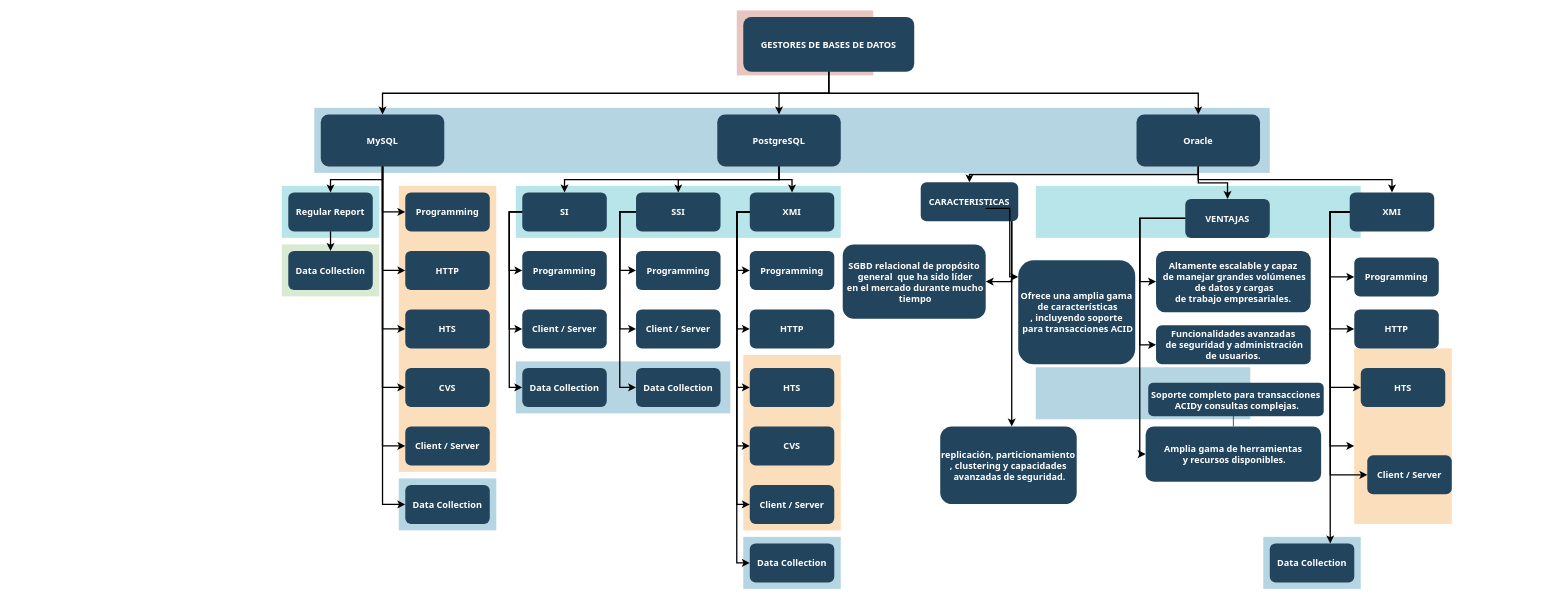
axlshezard/bases-de-datos keeps this draw.io diagram as Untitled Diagram.drawio. Above is the earlier version. Source tidied: cells renumbered, new cells numbered last; positions are measured from the earlier drawing's top-left corner, leaving out a move shared by most shapes. Both pictures are drawn from the tidied source at 65%, with x=0, y=0 at pixel (281, 10).
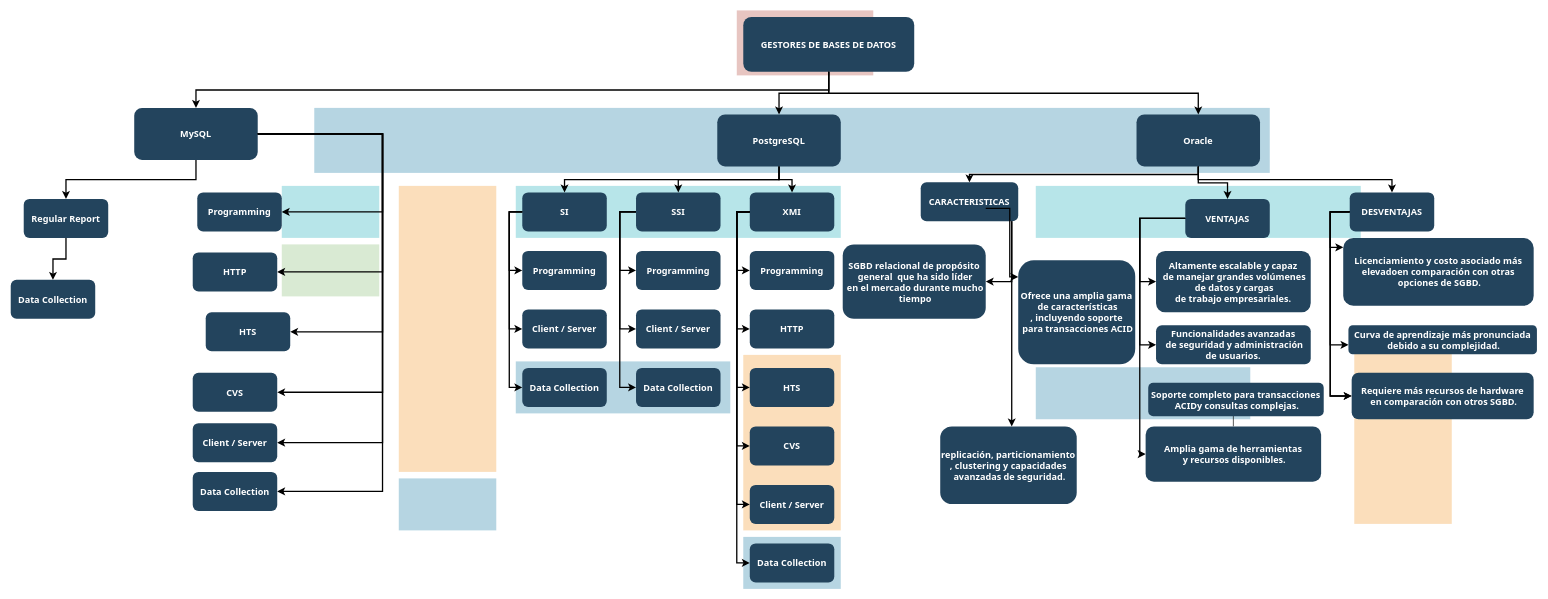
The same diagram, later.

Change to the diagram source:
```diff
@@
-    <mxCell id="7" style="fillColor=#10739E;strokeColor=none;opacity=30;" parent="1" vertex="1">
-      <mxGeometry x="1510" y="809.5" width="150" height="80" as="geometry" />
-    </mxCell>
@@
     <mxCell id="20" value="MySQL" style="rounded=1;fillColor=#23445D;gradientColor=none;strokeColor=none;fontColor=#FFFFFF;fontStyle=1;fontFamily=Tahoma;fontSize=14;" parent="1" vertex="1">
-      <mxGeometry x="60" y="159.5" width="190" height="80" as="geometry" />
+      <mxGeometry x="-227" y="149.5" width="190" height="80" as="geometry" />
     </mxCell>
     <mxCell id="21" value="Regular Report" style="rounded=1;fillColor=#23445D;gradientColor=none;strokeColor=none;fontColor=#FFFFFF;fontStyle=1;fontFamily=Tahoma;fontSize=14;" parent="1" vertex="1">
-      <mxGeometry x="10" y="279.5" width="130" height="60" as="geometry" />
+      <mxGeometry x="-397" y="289.5" width="130" height="60" as="geometry" />
     </mxCell>
     <mxCell id="22" value="Data Collection" style="rounded=1;fillColor=#23445D;gradientColor=none;strokeColor=none;fontColor=#FFFFFF;fontStyle=1;fontFamily=Tahoma;fontSize=14;" parent="1" vertex="1">
-      <mxGeometry x="10" y="369.5" width="130" height="60" as="geometry" />
+      <mxGeometry x="-417" y="414" width="130" height="60" as="geometry" />
     </mxCell>
     <mxCell id="23" value="Programming" style="rounded=1;fillColor=#23445D;gradientColor=none;strokeColor=none;fontColor=#FFFFFF;fontStyle=1;fontFamily=Tahoma;fontSize=14;" parent="1" vertex="1">
-      <mxGeometry x="190" y="279.5" width="130" height="60" as="geometry" />
+      <mxGeometry x="-130" y="279.5" width="130" height="60" as="geometry" />
     </mxCell>
     <mxCell id="24" value="HTTP" style="rounded=1;fillColor=#23445D;gradientColor=none;strokeColor=none;fontColor=#FFFFFF;fontStyle=1;fontFamily=Tahoma;fontSize=14;" parent="1" vertex="1">
-      <mxGeometry x="190" y="369.5" width="130" height="60" as="geometry" />
+      <mxGeometry x="-137" y="371.8" width="130" height="60" as="geometry" />
     </mxCell>
     <mxCell id="25" value="HTS" style="rounded=1;fillColor=#23445D;gradientColor=none;strokeColor=none;fontColor=#FFFFFF;fontStyle=1;fontFamily=Tahoma;fontSize=14;" parent="1" vertex="1">
-      <mxGeometry x="190" y="459.5" width="130" height="60" as="geometry" />
+      <mxGeometry x="-117" y="464" width="130" height="60" as="geometry" />
     </mxCell>
     <mxCell id="26" value="CVS" style="rounded=1;fillColor=#23445D;gradientColor=none;strokeColor=none;fontColor=#FFFFFF;fontStyle=1;fontFamily=Tahoma;fontSize=14;" parent="1" vertex="1">
-      <mxGeometry x="190" y="549.5" width="130" height="60" as="geometry" />
+      <mxGeometry x="-137" y="557" width="130" height="60" as="geometry" />
     </mxCell>
     <mxCell id="27" value="Client / Server" style="rounded=1;fillColor=#23445D;gradientColor=none;strokeColor=none;fontColor=#FFFFFF;fontStyle=1;fontFamily=Tahoma;fontSize=14;" parent="1" vertex="1">
-      <mxGeometry x="190" y="639.5" width="130" height="60" as="geometry" />
+      <mxGeometry x="-137" y="634.5" width="130" height="60" as="geometry" />
     </mxCell>
     <mxCell id="28" value="Data Collection" style="rounded=1;fillColor=#23445D;gradientColor=none;strokeColor=none;fontColor=#FFFFFF;fontStyle=1;fontFamily=Tahoma;fontSize=14;" parent="1" vertex="1">
-      <mxGeometry x="190" y="729.5" width="130" height="60" as="geometry" />
+      <mxGeometry x="-137" y="709.5" width="130" height="60" as="geometry" />
     </mxCell>
@@
-    <mxCell id="53" value="XMI" style="rounded=1;fillColor=#23445D;gradientColor=none;strokeColor=none;fontColor=#FFFFFF;fontStyle=1;fontFamily=Tahoma;fontSize=14;" parent="1" vertex="1">
+    <mxCell id="53" value="DESVENTAJAS" style="rounded=1;fillColor=#23445D;gradientColor=none;strokeColor=none;fontColor=#FFFFFF;fontStyle=1;fontFamily=Tahoma;fontSize=14;" parent="1" vertex="1">
       <mxGeometry x="1643" y="279.5" width="130" height="60" as="geometry" />
     </mxCell>
-    <mxCell id="54" value="Programming" style="rounded=1;fillColor=#23445D;gradientColor=none;strokeColor=none;fontColor=#FFFFFF;fontStyle=1;fontFamily=Tahoma;fontSize=14;" parent="1" vertex="1">
-      <mxGeometry x="1650" y="379.5" width="130" height="60" as="geometry" />
+    <mxCell id="54" value="Licenciamiento y costo asociado más &#10;elevadoen comparación con otras&#10; opciones de SGBD." style="rounded=1;fillColor=#23445D;gradientColor=none;strokeColor=none;fontColor=#FFFFFF;fontStyle=1;fontFamily=Tahoma;fontSize=14;" parent="1" vertex="1">
+      <mxGeometry x="1633" y="349.5" width="293" height="104.5" as="geometry" />
     </mxCell>
-    <mxCell id="55" value="HTTP" style="rounded=1;fillColor=#23445D;gradientColor=none;strokeColor=none;fontColor=#FFFFFF;fontStyle=1;fontFamily=Tahoma;fontSize=14;" parent="1" vertex="1">
-      <mxGeometry x="1650" y="459.5" width="130" height="60" as="geometry" />
+    <mxCell id="55" value="Requiere más recursos de hardware&#10; en comparación con otros SGBD." style="rounded=1;fillColor=#23445D;gradientColor=none;strokeColor=none;fontColor=#FFFFFF;fontStyle=1;fontFamily=Tahoma;fontSize=14;" parent="1" vertex="1">
+      <mxGeometry x="1646" y="557" width="280" height="71.5" as="geometry" />
     </mxCell>
-    <mxCell id="56" value="HTS" style="rounded=1;fillColor=#23445D;gradientColor=none;strokeColor=none;fontColor=#FFFFFF;fontStyle=1;fontFamily=Tahoma;fontSize=14;" parent="1" vertex="1">
-      <mxGeometry x="1660" y="549.5" width="130" height="60" as="geometry" />
+    <mxCell id="56" value="Curva de aprendizaje más pronunciada&#10; debido a su complejidad." style="rounded=1;fillColor=#23445D;gradientColor=none;strokeColor=none;fontColor=#FFFFFF;fontStyle=1;fontFamily=Tahoma;fontSize=14;" parent="1" vertex="1">
+      <mxGeometry x="1641" y="484" width="290" height="44.5" as="geometry" />
     </mxCell>
-    <mxCell id="57" value="Client / Server" style="rounded=1;fillColor=#23445D;gradientColor=none;strokeColor=none;fontColor=#FFFFFF;fontStyle=1;fontFamily=Tahoma;fontSize=14;" parent="1" vertex="1">
-      <mxGeometry x="1670" y="684" width="130" height="60" as="geometry" />
-    </mxCell>
-    <mxCell id="58" value="Data Collection" style="rounded=1;fillColor=#23445D;gradientColor=none;strokeColor=none;fontColor=#FFFFFF;fontStyle=1;fontFamily=Tahoma;fontSize=14;" parent="1" vertex="1">
-      <mxGeometry x="1520" y="819.5" width="130" height="60" as="geometry" />
-    </mxCell>
@@
-    <mxCell id="89" style="edgeStyle=elbowEdgeStyle;elbow=horizontal;strokeWidth=2;rounded=0;" parent="1" edge="1" source="53" target="57">
-      <mxGeometry x="-23" y="135.5" as="geometry">
-        <Array as="points">
-          <mxPoint x="1613" y="524" />
-          <mxPoint x="1500" y="549.5" />
-        </Array>
-      </mxGeometry>
-    </mxCell>
-    <mxCell id="90" style="edgeStyle=elbowEdgeStyle;elbow=horizontal;strokeWidth=2;rounded=0;" parent="1" edge="1" source="53" target="58">
+    <mxCell id="90" style="edgeStyle=elbowEdgeStyle;elbow=horizontal;strokeWidth=2;rounded=0;" parent="1" edge="1" source="53" target="55">
       <mxGeometry x="-23" y="135.5" as="geometry">
         <Array as="points">
           <mxPoint x="1613" y="544" />
           <mxPoint x="1500" y="589.5" />
         </Array>
       </mxGeometry>
     </mxCell>
@@
-    <mxCell id="99" style="edgeStyle=elbowEdgeStyle;elbow=horizontal;strokeWidth=2;rounded=0;" parent="1" edge="1">
-      <mxGeometry x="-23" y="135.5" as="geometry">
-        <mxPoint x="1643" y="310" as="sourcePoint" />
-        <mxPoint x="1650" y="669.5" as="targetPoint" />
-        <Array as="points">
-          <mxPoint x="1613" y="524" />
-          <mxPoint x="1500" y="499.5" />
-        </Array>
-      </mxGeometry>
-    </mxCell>
```
